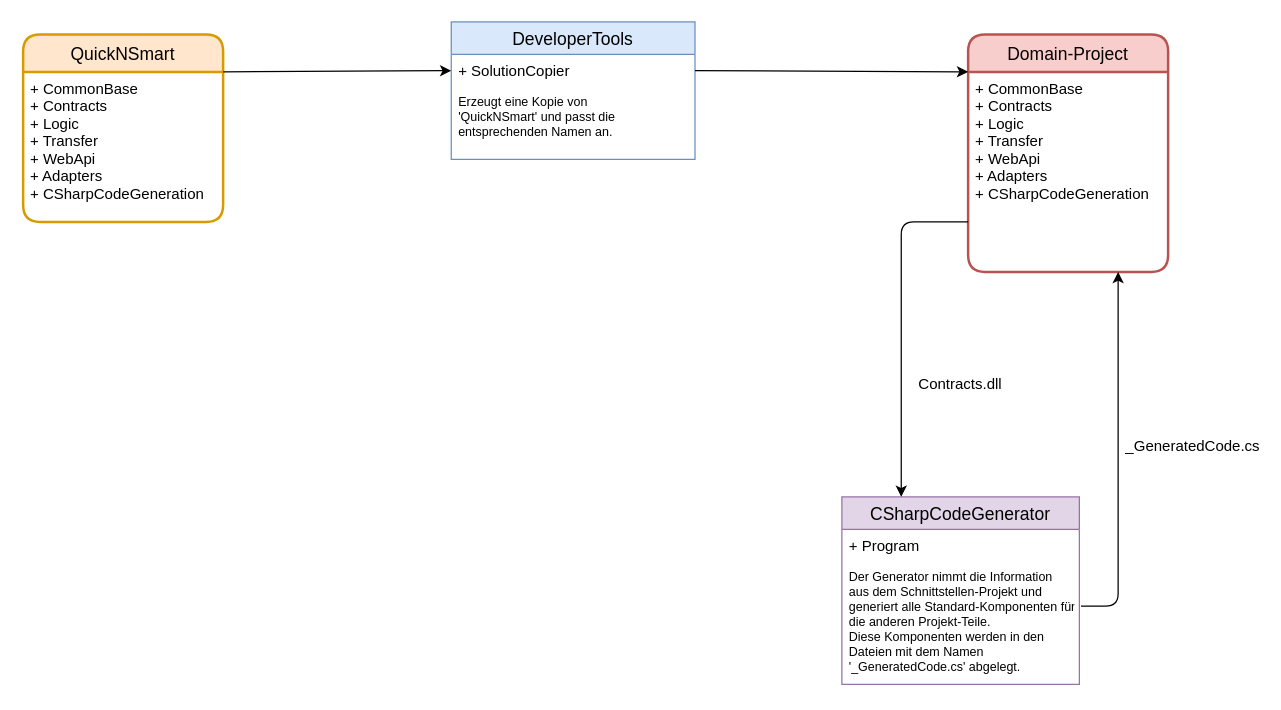
Above: QuickNSmart_Create.drawio in leoggehrer/QuickNSmart (draw.io), before the change. Source tidied: cells renumbered, new cells numbered last; positions are measured from the earlier drawing's top-left corner, leaving out a move shared by most shapes. Both pictures are drawn from the tidied source at 125%, with x=0, y=0 at pixel (22, 21).
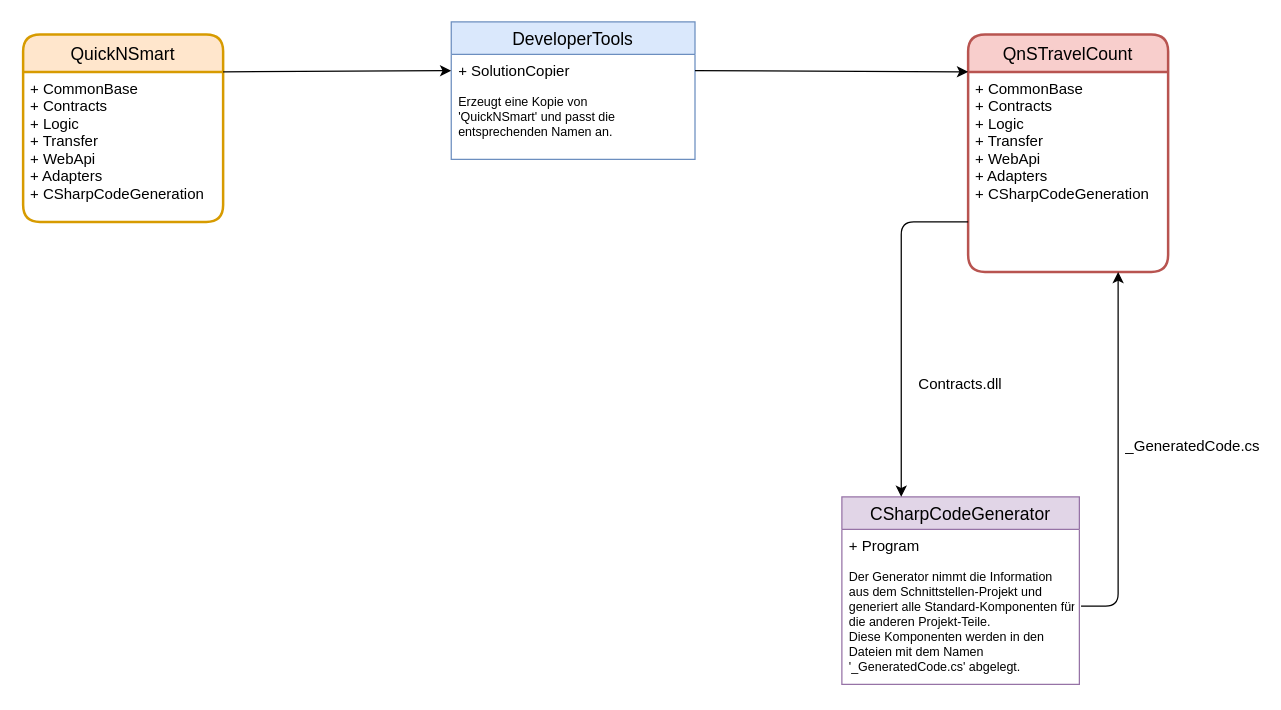
After the change.

Change to the diagram source:
```diff
@@
 <mxGraphModel>
   <root>
     <mxCell id="0" />
     <mxCell id="1" parent="0" />
     <mxCell id="2" value="QuickNSmart" style="swimlane;horizontal=1;startSize=30;fillColor=#ffe6cc;rounded=1;fontSize=14;fontStyle=0;strokeWidth=2;shadow=0;dashed=0;align=center;strokeColor=#d79b00;" parent="1" vertex="1">
       <mxGeometry y="10" width="160" height="150" as="geometry" />
     </mxCell>
     <mxCell id="3" value="+ CommonBase&#10;+ Contracts&#10;+ Logic&#10;+ Transfer&#10;+ WebApi&#10;+ Adapters&#10;+ CSharpCodeGeneration" style="align=left;strokeColor=none;fillColor=none;spacingLeft=4;fontSize=12;verticalAlign=top;" parent="2" vertex="1">
       <mxGeometry y="30" width="160" height="120" as="geometry" />
     </mxCell>
-    <mxCell id="4" value="Domain-Project" style="swimlane;horizontal=1;startSize=30;fillColor=#f8cecc;rounded=1;fontSize=14;fontStyle=0;strokeWidth=2;shadow=0;dashed=0;align=center;strokeColor=#b85450;" parent="1" vertex="1">
+    <mxCell id="4" value="QnSTravelCount" style="swimlane;horizontal=1;startSize=30;fillColor=#f8cecc;rounded=1;fontSize=14;fontStyle=0;strokeWidth=2;shadow=0;dashed=0;align=center;strokeColor=#b85450;" parent="1" vertex="1">
       <mxGeometry x="756" y="10" width="160" height="190" as="geometry" />
     </mxCell>
     <mxCell id="5" value="+ CommonBase&#10;+ Contracts&#10;+ Logic&#10;+ Transfer&#10;+ WebApi&#10;+ Adapters&#10;+ CSharpCodeGeneration" style="align=left;strokeColor=none;fillColor=none;spacingLeft=4;fontSize=12;verticalAlign=top;" parent="4" vertex="1">
       <mxGeometry y="30" width="160" height="160" as="geometry" />
     </mxCell>
     <mxCell id="6" value="DeveloperTools" style="swimlane;fontStyle=0;horizontal=1;startSize=26;fillColor=#dae8fc;swimlaneFillColor=#ffffff;align=center;fontSize=14;strokeColor=#6c8ebf;" parent="1" vertex="1">
       <mxGeometry x="342.5" width="195" height="110" as="geometry" />
     </mxCell>
     <mxCell id="7" value="+ SolutionCopier" style="text;strokeColor=none;fillColor=none;spacingLeft=4;spacingRight=4;overflow=hidden;points=[[0,0.5],[1,0.5]];portConstraint=eastwest;fontSize=12;" parent="6" vertex="1">
       <mxGeometry y="26" width="195" height="26" as="geometry" />
     </mxCell>
     <mxCell id="8" value="Erzeugt eine Kopie von &#10;'QuickNSmart' und passt die &#10;entsprechenden Namen an." style="text;strokeColor=none;fillColor=none;spacingLeft=4;spacingRight=4;overflow=hidden;fontSize=10;" parent="6" vertex="1">
       <mxGeometry y="52" width="195" height="58" as="geometry" />
     </mxCell>
     <mxCell id="9" style="endArrow=classic;html=1;fontSize=10;exitX=1;exitY=0;exitDx=0;exitDy=0;entryX=0;entryY=0.5;entryDx=0;entryDy=0;" parent="1" edge="1" source="3" target="7">
       <mxGeometry relative="1" as="geometry" />
     </mxCell>
     <mxCell id="10" style="endArrow=classic;html=1;fontSize=10;exitX=1;exitY=0.5;exitDx=0;exitDy=0;entryX=0;entryY=0;entryDx=0;entryDy=0;" parent="1" edge="1" source="7" target="5">
       <mxGeometry relative="1" as="geometry" />
     </mxCell>
     <mxCell id="11" value="CSharpCodeGenerator" style="swimlane;fontStyle=0;horizontal=1;startSize=26;fillColor=#e1d5e7;swimlaneFillColor=#ffffff;align=center;fontSize=14;strokeColor=#9673a6;" parent="1" vertex="1">
       <mxGeometry x="655" y="380" width="190" height="150" as="geometry" />
     </mxCell>
     <mxCell id="12" value="+ Program" style="text;strokeColor=none;fillColor=none;spacingLeft=4;spacingRight=4;overflow=hidden;fontSize=12;" parent="11" vertex="1">
       <mxGeometry y="26" width="190" height="26" as="geometry" />
     </mxCell>
     <mxCell id="13" value="Der Generator nimmt die Information &#10;aus dem Schnittstellen-Projekt und &#10;generiert alle Standard-Komponenten für &#10;die anderen Projekt-Teile. &#10;Diese Komponenten werden in den &#10;Dateien mit dem Namen &#10;'_GeneratedCode.cs' abgelegt." style="text;strokeColor=none;fillColor=none;spacingLeft=4;spacingRight=4;overflow=hidden;points=[[0,0.5],[1,0.5]];portConstraint=eastwest;fontSize=10;" parent="11" vertex="1">
       <mxGeometry y="52" width="190" height="98" as="geometry" />
     </mxCell>
     <mxCell id="14" value="Contracts.dll" style="text;html=1;strokeColor=none;fillColor=none;align=center;verticalAlign=middle;whiteSpace=wrap;rounded=0;" parent="1" vertex="1">
       <mxGeometry x="730" y="280" width="40" height="20" as="geometry" />
     </mxCell>
     <mxCell id="15" style="edgeStyle=segmentEdgeStyle;endArrow=classic;html=1;entryX=0.75;entryY=1;entryDx=0;entryDy=0;exitX=1.007;exitY=0.361;exitDx=0;exitDy=0;exitPerimeter=0;" parent="1" edge="1" source="13" target="5">
       <mxGeometry relative="1" as="geometry" />
     </mxCell>
     <mxCell id="16" value="_GeneratedCode.cs" style="text;html=1;strokeColor=none;fillColor=none;align=center;verticalAlign=middle;whiteSpace=wrap;rounded=0;" parent="1" vertex="1">
       <mxGeometry x="916" y="330" width="40" height="20" as="geometry" />
     </mxCell>
     <mxCell id="17" style="edgeStyle=segmentEdgeStyle;endArrow=classic;html=1;exitX=0;exitY=0.75;exitDx=0;exitDy=0;entryX=0.25;entryY=0;entryDx=0;entryDy=0;" parent="1" edge="1" source="5" target="11">
       <mxGeometry relative="1" as="geometry" />
     </mxCell>
   </root>
 </mxGraphModel>
```
